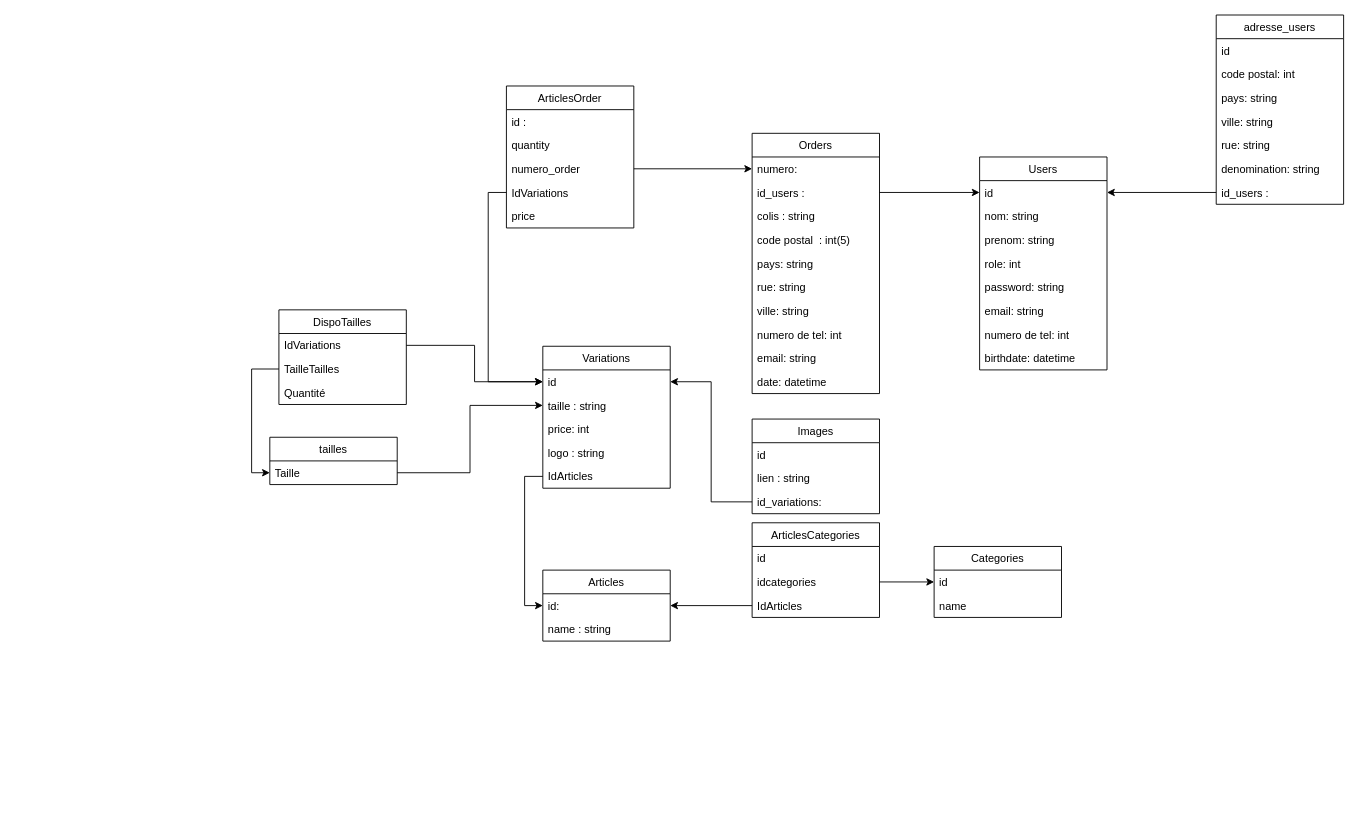
The draw.io diagram page "Page-2" (2 of 3) of Untitled Diagram.drawio in IronMine/IronMine, before the edit. Source tidied: cells renumbered, new cells numbered last; positions are measured from the earlier drawing's top-left corner, leaving out a move shared by most shapes. Both pictures are drawn from the tidied source at 91%, with x=0, y=0 at pixel (269, 15).
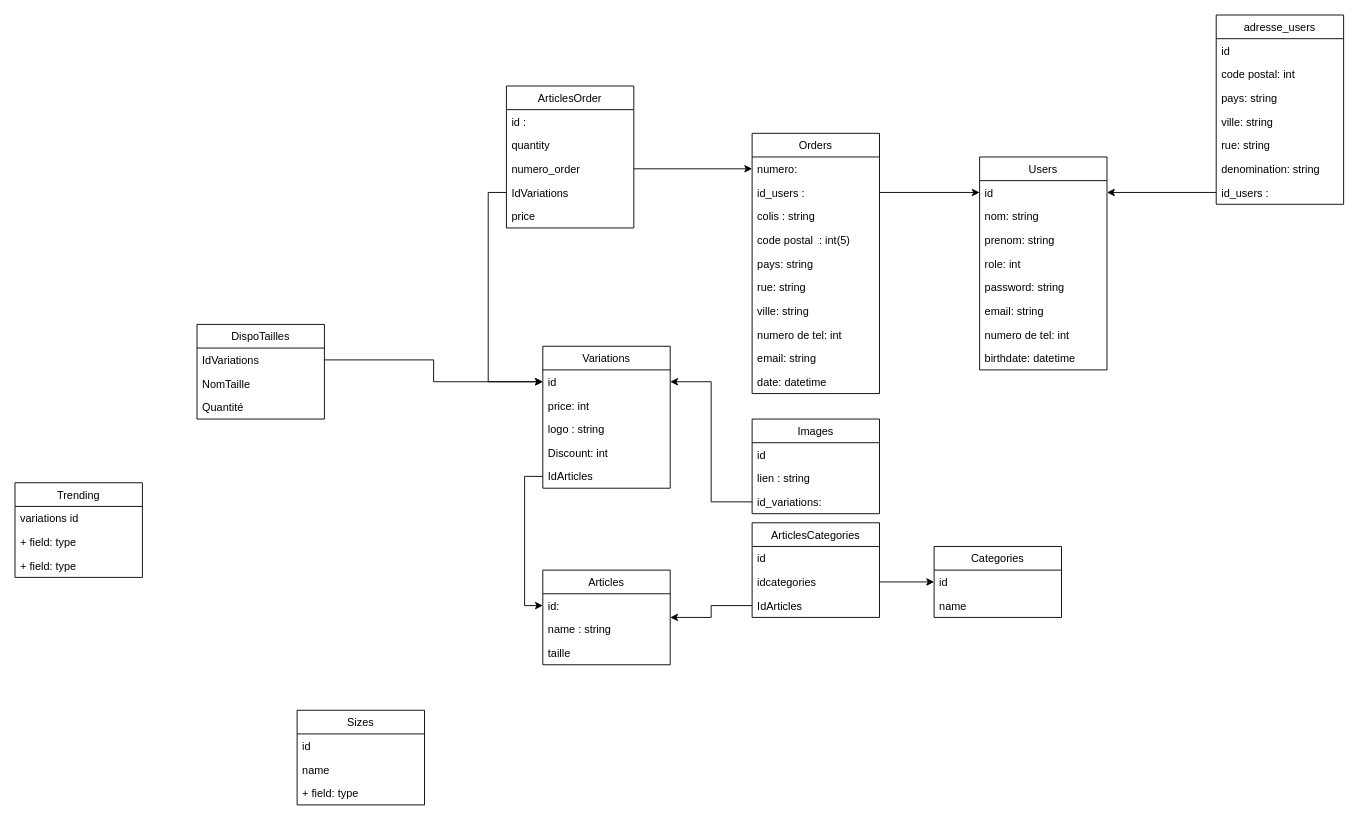
The same page after the edit.

The change refers to these unchanged cells:
```xml
<mxCell id="29" value="Variations" style="swimlane;fontStyle=0;horizontal=1;startSize=26;fillColor=none;" parent="1" vertex="1">
  <mxGeometry x="300" y="364" width="140" height="156" as="geometry" />
</mxCell>
```

Change to the diagram source:
```diff
@@
     <mxCell id="22" value="Articles" style="swimlane;fontStyle=0;horizontal=1;startSize=26;fillColor=none;" parent="1" vertex="1">
-      <mxGeometry x="300" y="610" width="140" height="78" as="geometry" />
+      <mxGeometry x="300" y="610" width="140" height="104" as="geometry" />
     </mxCell>
@@
+    <mxCell id="73" value="taille" style="text;strokeColor=none;fillColor=none;align=left;verticalAlign=top;spacingLeft=4;spacingRight=4;overflow=hidden;" parent="22" vertex="1">
+      <mxGeometry y="78" width="140" height="26" as="geometry" />
+    </mxCell>
@@
-    <mxCell id="31" value="taille : string&#10;    " style="text;strokeColor=none;fillColor=none;align=left;verticalAlign=top;spacingLeft=4;spacingRight=4;overflow=hidden;points=[[0,0.5],[1,0.5]];portConstraint=eastwest;" parent="29" vertex="1">
-      <mxGeometry y="52" width="140" height="26" as="geometry" />
-    </mxCell>
     <mxCell id="32" value="price: int" style="text;strokeColor=none;fillColor=none;align=left;verticalAlign=top;spacingLeft=4;spacingRight=4;overflow=hidden;" parent="29" vertex="1">
-      <mxGeometry y="78" width="140" height="26" as="geometry" />
+      <mxGeometry y="52" width="140" height="26" as="geometry" />
     </mxCell>
     <mxCell id="33" value="logo : string" style="text;strokeColor=none;fillColor=none;align=left;verticalAlign=top;spacingLeft=4;spacingRight=4;overflow=hidden;" parent="29" vertex="1">
-      <mxGeometry y="104" width="140" height="26" as="geometry" />
+      <mxGeometry y="78" width="140" height="26" as="geometry" />
     </mxCell>
+    <mxCell id="74" value="Discount: int" style="text;strokeColor=none;fillColor=none;align=left;verticalAlign=top;spacingLeft=4;spacingRight=4;overflow=hidden;" parent="29" vertex="1">
+      <mxGeometry y="104" width="140" height="26" as="geometry" />
+    </mxCell>
@@
-    <mxCell id="64" value="tailles" style="swimlane;fontStyle=0;horizontal=1;startSize=26;fillColor=none;" parent="1" vertex="1">
-      <mxGeometry y="464" width="140" height="52" as="geometry" />
-    </mxCell>
-    <mxCell id="65" value="Taille" style="text;strokeColor=none;fillColor=none;align=left;verticalAlign=top;spacingLeft=4;spacingRight=4;overflow=hidden;points=[[0,0.5],[1,0.5]];portConstraint=eastwest;" parent="64" vertex="1">
-      <mxGeometry y="26" width="140" height="26" as="geometry" />
-    </mxCell>
-    <mxCell id="66" style="edgeStyle=orthogonalEdgeStyle;rounded=0;jettySize=auto;html=1;" parent="1" edge="1" source="65" target="31">
-      <mxGeometry relative="1" as="geometry" />
-    </mxCell>
     <mxCell id="67" value="DispoTailles" style="swimlane;fontStyle=0;horizontal=1;startSize=26;fillColor=none;" parent="1" vertex="1">
-      <mxGeometry x="10" y="324" width="140" height="104" as="geometry" />
+      <mxGeometry x="-80" y="340" width="140" height="104" as="geometry" />
     </mxCell>
@@
-    <mxCell id="69" value="TailleTailles" style="text;strokeColor=none;fillColor=none;align=left;verticalAlign=top;spacingLeft=4;spacingRight=4;overflow=hidden;points=[[0,0.5],[1,0.5]];portConstraint=eastwest;" parent="67" vertex="1">
+    <mxCell id="69" value="NomTaille" style="text;strokeColor=none;fillColor=none;align=left;verticalAlign=top;spacingLeft=4;spacingRight=4;overflow=hidden;points=[[0,0.5],[1,0.5]];portConstraint=eastwest;" parent="67" vertex="1">
       <mxGeometry y="52" width="140" height="26" as="geometry" />
     </mxCell>
@@
-    <mxCell id="72" style="edgeStyle=orthogonalEdgeStyle;rounded=0;jettySize=auto;html=1;entryX=0;entryY=0.5;entryDx=0;entryDy=0;" parent="1" edge="1" source="69" target="65">
-      <mxGeometry relative="1" as="geometry" />
-    </mxCell>
+    <mxCell id="75" value="Trending" style="swimlane;fontStyle=0;horizontal=1;startSize=26;fillColor=none;" parent="1" vertex="1">
+      <mxGeometry x="-280" y="514" width="140" height="104" as="geometry" />
+    </mxCell>
+    <mxCell id="76" value="variations id " style="text;strokeColor=none;fillColor=none;align=left;verticalAlign=top;spacingLeft=4;spacingRight=4;overflow=hidden;" parent="75" vertex="1">
+      <mxGeometry y="26" width="140" height="26" as="geometry" />
+    </mxCell>
+    <mxCell id="77" value="+ field: type" style="text;strokeColor=none;fillColor=none;align=left;verticalAlign=top;spacingLeft=4;spacingRight=4;overflow=hidden;" parent="75" vertex="1">
+      <mxGeometry y="52" width="140" height="26" as="geometry" />
+    </mxCell>
+    <mxCell id="78" value="+ field: type" style="text;strokeColor=none;fillColor=none;align=left;verticalAlign=top;spacingLeft=4;spacingRight=4;overflow=hidden;" parent="75" vertex="1">
+      <mxGeometry y="78" width="140" height="26" as="geometry" />
+    </mxCell>
+    <mxCell id="79" value="Sizes" style="swimlane;fontStyle=0;horizontal=1;startSize=26;fillColor=none;" parent="1" vertex="1">
+      <mxGeometry x="30" y="764" width="140" height="104" as="geometry" />
+    </mxCell>
+    <mxCell id="80" value="id" style="text;strokeColor=none;fillColor=none;align=left;verticalAlign=top;spacingLeft=4;spacingRight=4;overflow=hidden;" parent="79" vertex="1">
+      <mxGeometry y="26" width="140" height="26" as="geometry" />
+    </mxCell>
+    <mxCell id="81" value="name" style="text;strokeColor=none;fillColor=none;align=left;verticalAlign=top;spacingLeft=4;spacingRight=4;overflow=hidden;" parent="79" vertex="1">
+      <mxGeometry y="52" width="140" height="26" as="geometry" />
+    </mxCell>
+    <mxCell id="82" value="+ field: type" style="text;strokeColor=none;fillColor=none;align=left;verticalAlign=top;spacingLeft=4;spacingRight=4;overflow=hidden;" parent="79" vertex="1">
+      <mxGeometry y="78" width="140" height="26" as="geometry" />
+    </mxCell>
```
